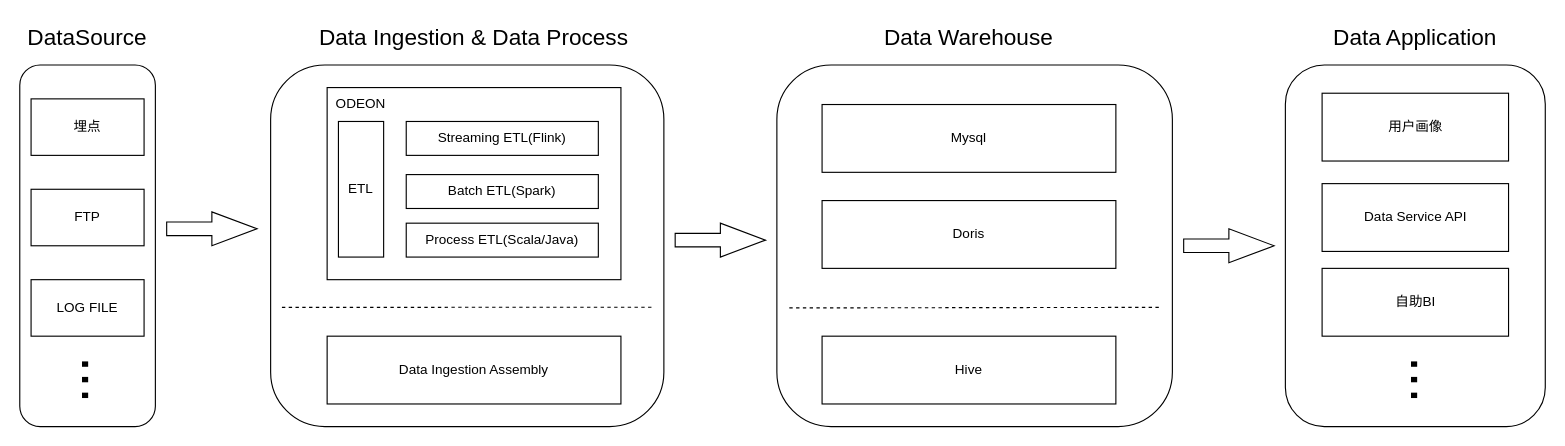
Before: 未命名绘图.drawio in shaozc3g/draw_io, a draw.io diagram. Source tidied: cells renumbered, new cells numbered last; positions are measured from the earlier drawing's top-left corner, leaving out a move shared by most shapes. Both pictures are drawn from the tidied source at 113%, with x=0, y=0 at pixel (19, 19). Pictures stored in the file or linked from it are replaced by grey dashed boxes.
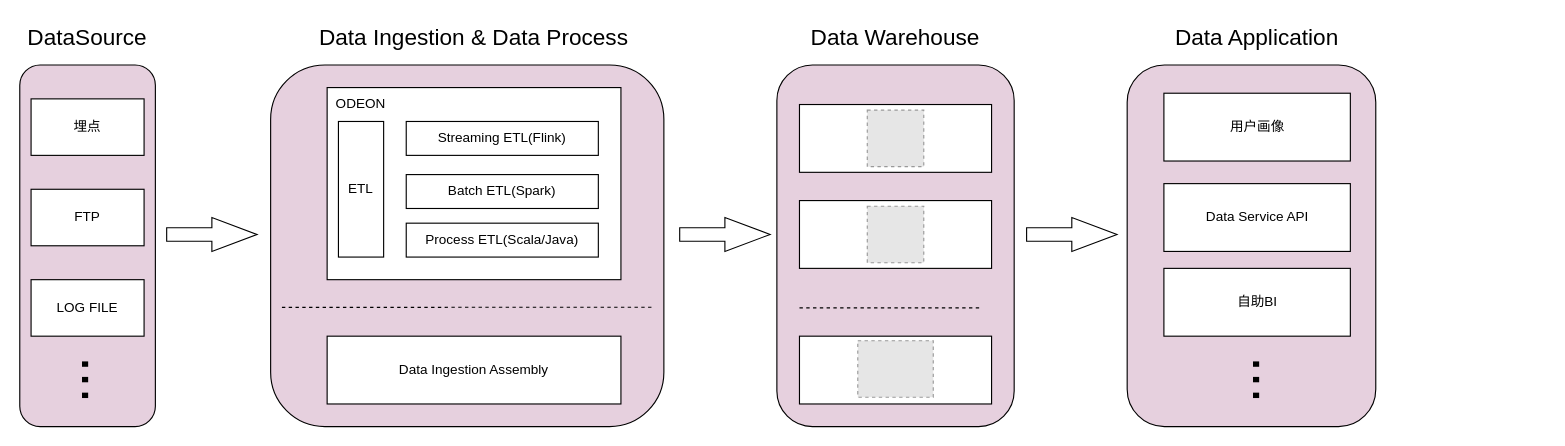
The same page after the edit.

The edit, as a diff of the source:
```diff
@@
-    <mxCell id="2" style="rounded=1;whiteSpace=wrap;html=1;" parent="1" vertex="1">
+    <mxCell id="2" style="rounded=1;whiteSpace=wrap;html=1;fillColor=#E6D0DE;" parent="1" vertex="1">
       <mxGeometry y="40" width="120" height="320" as="geometry" />
     </mxCell>
@@
-    <mxCell id="8" style="rounded=1;whiteSpace=wrap;html=1;" parent="1" vertex="1">
+    <mxCell id="8" style="rounded=1;whiteSpace=wrap;html=1;fillColor=#E6D0DE;" parent="1" vertex="1">
       <mxGeometry x="222" y="40" width="348" height="320" as="geometry" />
     </mxCell>
@@
     <mxCell id="18" style="html=1;shadow=0;dashed=0;align=center;verticalAlign=middle;shape=mxgraph.arrows2.arrow;dy=0.6;dx=40;notch=0;" parent="1" vertex="1">
-      <mxGeometry x="130" y="170" width="80" height="30" as="geometry" />
+      <mxGeometry x="130" y="175" width="80" height="30" as="geometry" />
     </mxCell>
-    <mxCell id="19" style="rounded=1;whiteSpace=wrap;html=1;" parent="1" vertex="1">
-      <mxGeometry x="670" y="40" width="350" height="320" as="geometry" />
+    <mxCell id="19" style="rounded=1;whiteSpace=wrap;html=1;fillColor=#E6D0DE;" parent="1" vertex="1">
+      <mxGeometry x="670" y="40" width="210" height="320" as="geometry" />
     </mxCell>
     <mxCell id="20" value="Data Warehouse" style="text;html=1;align=center;verticalAlign=middle;whiteSpace=wrap;rounded=0;fontSize=20;" parent="1" vertex="1">
-      <mxGeometry x="745" width="190" height="30" as="geometry" />
+      <mxGeometry x="680" width="190" height="30" as="geometry" />
     </mxCell>
-    <mxCell id="21" value="Doris" style="rounded=0;whiteSpace=wrap;html=1;" parent="1" vertex="1">
-      <mxGeometry x="710" y="160" width="260" height="60" as="geometry" />
+    <mxCell id="21" style="rounded=0;whiteSpace=wrap;html=1;" parent="1" vertex="1">
+      <mxGeometry x="690" y="160" width="170" height="60" as="geometry" />
     </mxCell>
-    <mxCell id="22" value="Hive" style="rounded=0;whiteSpace=wrap;html=1;" parent="1" vertex="1">
-      <mxGeometry x="710" y="280" width="260" height="60" as="geometry" />
+    <mxCell id="22" style="rounded=0;whiteSpace=wrap;html=1;" parent="1" vertex="1">
+      <mxGeometry x="690" y="280" width="170" height="60" as="geometry" />
     </mxCell>
-    <mxCell id="23" value="Mysql" style="rounded=0;whiteSpace=wrap;html=1;" parent="1" vertex="1">
-      <mxGeometry x="710" y="75" width="260" height="60" as="geometry" />
+    <mxCell id="23" style="rounded=0;whiteSpace=wrap;html=1;" parent="1" vertex="1">
+      <mxGeometry x="690" y="75" width="170" height="60" as="geometry" />
     </mxCell>
     <mxCell id="24" style="html=1;shadow=0;dashed=0;align=center;verticalAlign=middle;shape=mxgraph.arrows2.arrow;dy=0.6;dx=40;notch=0;" parent="1" vertex="1">
-      <mxGeometry x="580" y="180" width="80" height="30" as="geometry" />
+      <mxGeometry x="584" y="175" width="80" height="30" as="geometry" />
     </mxCell>
-    <mxCell id="25" style="rounded=1;whiteSpace=wrap;html=1;" parent="1" vertex="1">
-      <mxGeometry x="1120" y="40" width="230" height="320" as="geometry" />
+    <mxCell id="25" style="rounded=1;whiteSpace=wrap;html=1;fillColor=#E6D0DE;" parent="1" vertex="1">
+      <mxGeometry x="980" y="40" width="220" height="320" as="geometry" />
     </mxCell>
     <mxCell id="26" value="Data Application" style="text;html=1;align=center;verticalAlign=middle;whiteSpace=wrap;rounded=0;fontSize=20;" parent="1" vertex="1">
-      <mxGeometry x="1150" width="170" height="30" as="geometry" />
+      <mxGeometry x="1010" width="170" height="30" as="geometry" />
     </mxCell>
     <mxCell id="27" value="用户画像" style="rounded=0;whiteSpace=wrap;html=1;" parent="1" vertex="1">
-      <mxGeometry x="1152.5" y="65" width="165" height="60" as="geometry" />
+      <mxGeometry x="1012.5" y="65" width="165" height="60" as="geometry" />
     </mxCell>
     <mxCell id="28" value="Data Service API" style="rounded=0;whiteSpace=wrap;html=1;" parent="1" vertex="1">
-      <mxGeometry x="1152.5" y="145" width="165" height="60" as="geometry" />
+      <mxGeometry x="1012.5" y="145" width="165" height="60" as="geometry" />
     </mxCell>
-    <mxCell id="29" style="endArrow=none;dashed=1;html=1;rounded=0;entryX=0.972;entryY=0.67;entryDx=0;entryDy=0;entryPerimeter=0;" parent="1" edge="1">
+    <mxCell id="29" style="endArrow=none;dashed=1;html=1;rounded=0;" parent="1" edge="1">
       <mxGeometry relative="1" as="geometry">
-        <mxPoint x="681" y="255" as="sourcePoint" />
-        <mxPoint x="1009" y="254.5" as="targetPoint" />
+        <mxPoint x="690" y="255" as="sourcePoint" />
+        <mxPoint x="850" y="255" as="targetPoint" />
       </mxGeometry>
     </mxCell>
     <mxCell id="30" value="自助BI" style="rounded=0;whiteSpace=wrap;html=1;" parent="1" vertex="1">
-      <mxGeometry x="1152.5" y="220" width="165" height="60" as="geometry" />
+      <mxGeometry x="1012.5" y="220" width="165" height="60" as="geometry" />
     </mxCell>
     <mxCell id="31" value="..." style="text;html=1;align=center;verticalAlign=middle;whiteSpace=wrap;rounded=0;rotation=90;fontSize=50;" parent="1" vertex="1">
-      <mxGeometry x="1220" y="304" width="60" height="30" as="geometry" />
+      <mxGeometry x="1080" y="304" width="60" height="30" as="geometry" />
     </mxCell>
     <mxCell id="32" style="html=1;shadow=0;dashed=0;align=center;verticalAlign=middle;shape=mxgraph.arrows2.arrow;dy=0.6;dx=40;notch=0;" parent="1" vertex="1">
-      <mxGeometry x="1030" y="185" width="80" height="30" as="geometry" />
+      <mxGeometry x="891" y="175" width="80" height="30" as="geometry" />
     </mxCell>
+    <mxCell id="33" style="fillColor=#E6E6E6;strokeColor=#999999;dashed=1;verticalLabelPosition=bottom;labelBackgroundColor=default;verticalAlign=top;" parent="1" vertex="1">
+      <mxGeometry x="750" y="80" width="50" height="50" as="geometry" />
+    </mxCell>
+    <mxCell id="34" style="fillColor=#E6E6E6;strokeColor=#999999;dashed=1;verticalLabelPosition=bottom;labelBackgroundColor=default;verticalAlign=top;" parent="1" vertex="1">
+      <mxGeometry x="750" y="165" width="50" height="50" as="geometry" />
+    </mxCell>
+    <mxCell id="35" style="fillColor=#E6E6E6;strokeColor=#999999;dashed=1;verticalLabelPosition=bottom;labelBackgroundColor=default;verticalAlign=top;" parent="1" vertex="1">
+      <mxGeometry x="741.6" y="284" width="66.8" height="50" as="geometry" />
+    </mxCell>
```
